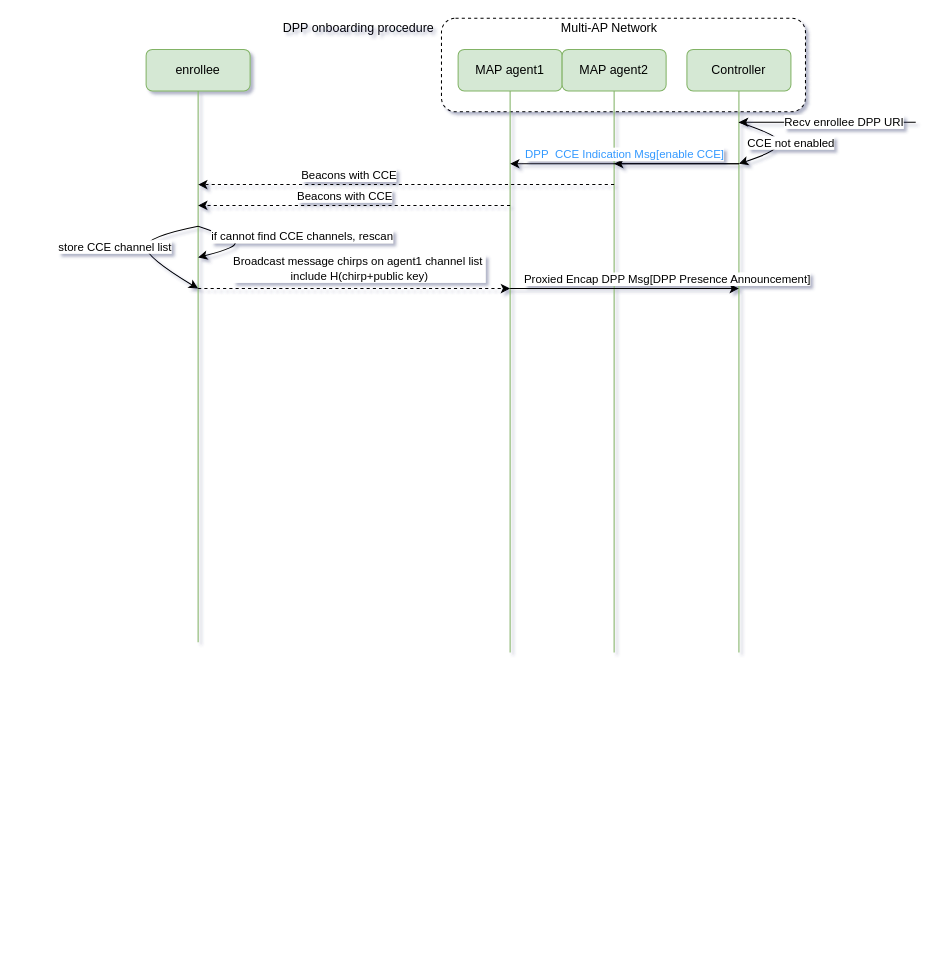
This is Untitled Diagram.drawio from bevisxia/java-learning, a draw.io file, before an edit. Source tidied: cells renumbered, new cells numbered last; positions are measured from the earlier drawing's top-left corner, leaving out a move shared by most shapes. Both pictures are drawn from the tidied source at 104%, with x=0, y=0 at pixel (146, 18).
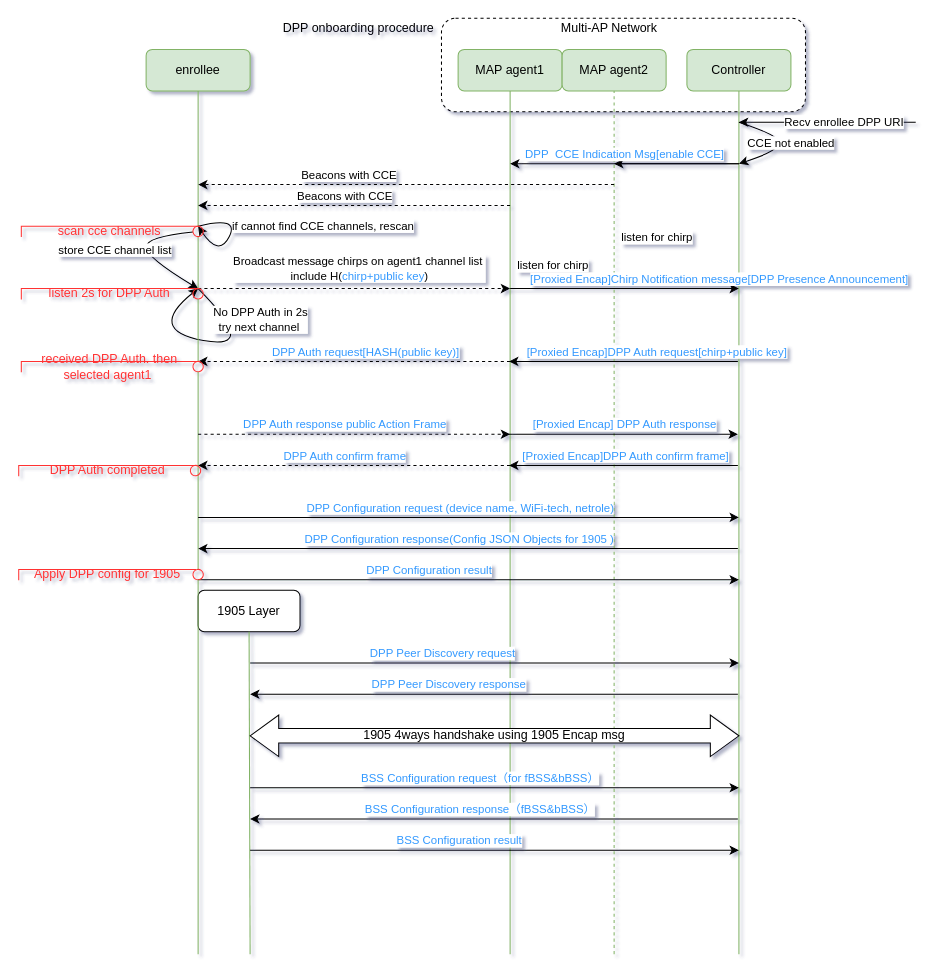
After the change.

Unchanged cells that the change refers to:
```xml
<mxCell id="3" value="MAP agent1" style="rounded=1;whiteSpace=wrap;html=1;fillColor=#d5e8d4;strokeColor=#82b366;" parent="1" vertex="1">
  <mxGeometry x="300" y="30" width="100" height="40" as="geometry" />
</mxCell>
<mxCell id="5" value="Controller" style="rounded=1;whiteSpace=wrap;html=1;fillColor=#d5e8d4;strokeColor=#82b366;" parent="1" vertex="1">
  <mxGeometry x="520" y="30" width="100" height="40" as="geometry" />
</mxCell>
<mxCell id="7" value="enrollee" style="rounded=1;whiteSpace=wrap;html=1;fillColor=#d5e8d4;strokeColor=#82b366;" parent="1" vertex="1">
  <mxGeometry y="30" width="100" height="40" as="geometry" />
</mxCell>
<mxCell id="12" value="MAP agent2" style="rounded=1;whiteSpace=wrap;html=1;fillColor=#d5e8d4;strokeColor=#82b366;" parent="1" vertex="1">
  <mxGeometry x="400" y="30" width="100" height="40" as="geometry" />
</mxCell>
<mxCell id="25" style="endArrow=classic;html=1;rounded=0;dashed=1;fontColor=#3399FF;" parent="1" edge="1">
  <mxGeometry relative="1" as="geometry">
    <mxPoint x="50" y="260" as="sourcePoint" />
    <mxPoint x="350" y="260" as="targetPoint" />
  </mxGeometry>
</mxCell>
<mxCell id="27" style="endArrow=classic;html=1;rounded=0;fontColor=#000000;" parent="1" edge="1">
  <mxGeometry relative="1" as="geometry">
    <mxPoint x="350" y="260" as="sourcePoint" />
    <mxPoint x="570" y="260" as="targetPoint" />
  </mxGeometry>
</mxCell>
```

Change to the diagram source:
```diff
@@
     <mxCell id="4" style="endArrow=none;html=1;rounded=0;entryX=0.5;entryY=1;entryDx=0;entryDy=0;fillColor=#d5e8d4;strokeColor=#82b366;" parent="1" edge="1" target="3">
       <mxGeometry relative="1" as="geometry">
-        <mxPoint x="350" y="610" as="sourcePoint" />
+        <mxPoint x="350" y="900" as="sourcePoint" />
       </mxGeometry>
     </mxCell>
+    <mxCell id="29" value="&lt;font color=&quot;#000000&quot;&gt;listen for chirp&lt;/font&gt;" style="edgeLabel;html=1;align=center;verticalAlign=middle;fontColor=#3399FF;" parent="4" vertex="1">
+      <mxGeometry x="0.44" y="-1" relative="1" as="geometry">
+        <mxPoint x="39" y="-65" as="offset" />
+      </mxGeometry>
+    </mxCell>
@@
     <mxCell id="6" style="endArrow=none;html=1;rounded=0;entryX=0.5;entryY=1;entryDx=0;entryDy=0;fillColor=#d5e8d4;strokeColor=#82b366;" parent="1" edge="1" target="5">
       <mxGeometry relative="1" as="geometry">
-        <mxPoint x="570" y="610" as="sourcePoint" />
+        <mxPoint x="570" y="900" as="sourcePoint" />
       </mxGeometry>
     </mxCell>
@@
-    <mxCell id="8" style="endArrow=none;html=1;rounded=0;entryX=0.5;entryY=1;entryDx=0;entryDy=0;fillColor=#d5e8d4;strokeColor=#82b366;" parent="1" edge="1" target="7">
-      <mxGeometry relative="1" as="geometry">
-        <mxPoint x="50" y="600" as="sourcePoint" />
-      </mxGeometry>
+    <mxCell id="8" style="endArrow=none;html=1;rounded=0;entryX=0.5;entryY=1;entryDx=0;entryDy=0;fillColor=#d5e8d4;strokeColor=#82b366;startArrow=none;" parent="1" edge="1" source="37" target="7">
+      <mxGeometry relative="1" as="geometry" />
     </mxCell>
@@
-    <mxCell id="13" style="endArrow=none;html=1;rounded=0;entryX=0.5;entryY=1;entryDx=0;entryDy=0;fillColor=#d5e8d4;strokeColor=#82b366;" parent="1" edge="1" target="12">
+    <mxCell id="13" style="endArrow=none;html=1;rounded=0;entryX=0.5;entryY=1;entryDx=0;entryDy=0;fillColor=#d5e8d4;strokeColor=#82b366;dashed=1;" parent="1" edge="1" target="12">
       <mxGeometry relative="1" as="geometry">
-        <mxPoint x="450" y="610" as="sourcePoint" />
+        <mxPoint x="450" y="900" as="sourcePoint" />
       </mxGeometry>
     </mxCell>
@@
     <mxCell id="23" value="if cannot find CCE channels, rescan" style="curved=1;endArrow=classic;html=1;rounded=0;" parent="1" edge="1">
-      <mxGeometry x="0.05" y="61" relative="1" as="geometry">
+      <mxGeometry x="-0.32" y="81" relative="1" as="geometry">
         <mxPoint x="50" y="200" as="sourcePoint" />
-        <mxPoint x="50" y="230" as="targetPoint" />
+        <mxPoint x="50" y="200" as="targetPoint" />
         <Array as="points">
-          <mxPoint x="80" y="210" />
-          <mxPoint x="90" y="220" />
+          <mxPoint x="90" y="190" />
+          <mxPoint x="70" y="230" />
         </Array>
-        <mxPoint x="45" y="-69" as="offset" />
+        <mxPoint x="7" y="-26" as="offset" />
       </mxGeometry>
     </mxCell>
-    <mxCell id="24" value="store CCE channel list" style="curved=1;endArrow=classic;html=1;rounded=0;" parent="1" edge="1">
+    <mxCell id="24" value="store CCE channel list" style="curved=1;endArrow=classic;html=1;rounded=0;startArrow=none;" parent="1" edge="1" source="37">
       <mxGeometry x="-0.06" y="-30" relative="1" as="geometry">
-        <mxPoint x="50" y="200" as="sourcePoint" />
         <mxPoint x="50" y="260" as="targetPoint" />
         <Array as="points">
           <mxPoint y="210" />
           <mxPoint y="230" />
         </Array>
       </mxGeometry>
     </mxCell>
@@
-    <mxCell id="26" value="&lt;font color=&quot;#000000&quot;&gt;Broadcast message chirps on agent1 channel list&amp;nbsp;&lt;br&gt;include H(chirp+public key)&lt;/font&gt;" style="edgeLabel;html=1;align=center;verticalAlign=middle;fontColor=#3399FF;" parent="25" vertex="1">
+    <mxCell id="26" value="&lt;font color=&quot;#000000&quot;&gt;Broadcast message chirps on agent1 channel list&amp;nbsp;&lt;br&gt;include H(&lt;/font&gt;chirp+public key&lt;font color=&quot;#000000&quot;&gt;)&lt;/font&gt;" style="edgeLabel;html=1;align=center;verticalAlign=middle;fontColor=#3399FF;" parent="25" vertex="1">
       <mxGeometry x="-0.12" y="-1" relative="1" as="geometry">
         <mxPoint x="22" y="-21" as="offset" />
       </mxGeometry>
     </mxCell>
@@
-    <mxCell id="28" value="Proxied Encap DPP Msg[DPP Presence Announcement]" style="edgeLabel;html=1;align=center;verticalAlign=middle;fontColor=#000000;" parent="27" vertex="1">
+    <mxCell id="28" value="&lt;font color=&quot;#3399ff&quot;&gt;[Proxied Encap]Chirp Notification message[DPP Presence Announcement]&lt;/font&gt;" style="edgeLabel;html=1;align=center;verticalAlign=middle;fontColor=#000000;" parent="27" vertex="1">
       <mxGeometry x="-0.26" y="4" relative="1" as="geometry">
-        <mxPoint x="69" y="-6" as="offset" />
+        <mxPoint x="119" y="-6" as="offset" />
       </mxGeometry>
     </mxCell>
+    <mxCell id="30" style="endArrow=classic;html=1;rounded=0;fontColor=#000000;" parent="1" edge="1">
+      <mxGeometry relative="1" as="geometry">
+        <mxPoint x="569" y="330" as="sourcePoint" />
+        <mxPoint x="349" y="330" as="targetPoint" />
+      </mxGeometry>
+    </mxCell>
+    <mxCell id="31" value="&lt;font color=&quot;#3399ff&quot;&gt;[Proxied Encap]DPP Auth request[chirp+public key]&lt;/font&gt;" style="edgeLabel;html=1;align=center;verticalAlign=middle;fontColor=#000000;" parent="30" vertex="1">
+      <mxGeometry x="-0.26" y="4" relative="1" as="geometry">
+        <mxPoint x="2" y="-14" as="offset" />
+      </mxGeometry>
+    </mxCell>
+    <mxCell id="32" value="&lt;font color=&quot;#000000&quot;&gt;listen for chirp&lt;/font&gt;" style="edgeLabel;html=1;align=center;verticalAlign=middle;fontColor=#3399FF;" parent="1" vertex="1">
+      <mxGeometry x="490" y="210" as="geometry" />
+    </mxCell>
+    <mxCell id="33" value="No DPP Auth in 2s&lt;br&gt;try next channel&amp;nbsp;" style="curved=1;endArrow=classic;html=1;rounded=0;" parent="1" edge="1">
+      <mxGeometry x="-0.51" y="21" relative="1" as="geometry">
+        <mxPoint x="50" y="260" as="sourcePoint" />
+        <mxPoint x="50" y="260" as="targetPoint" />
+        <Array as="points">
+          <mxPoint x="110" y="320" />
+          <mxPoint y="300" />
+        </Array>
+      </mxGeometry>
+    </mxCell>
+    <mxCell id="34" style="endArrow=classic;html=1;rounded=0;fontColor=#3399FF;dashed=1;" parent="1" edge="1">
+      <mxGeometry relative="1" as="geometry">
+        <mxPoint x="350" y="330" as="sourcePoint" />
+        <mxPoint x="50" y="330" as="targetPoint" />
+      </mxGeometry>
+    </mxCell>
+    <mxCell id="35" value="DPP Auth request[HASH(public key)]" style="edgeLabel;html=1;align=center;verticalAlign=middle;fontColor=#3399FF;" parent="34" vertex="1">
+      <mxGeometry x="-0.06" y="-3" relative="1" as="geometry">
+        <mxPoint x="1" y="-7" as="offset" />
+      </mxGeometry>
+    </mxCell>
+    <mxCell id="36" style="endArrow=none;html=1;rounded=0;entryX=0.5;entryY=1;entryDx=0;entryDy=0;fillColor=#d5e8d4;strokeColor=#82b366;startArrow=none;" parent="1" edge="1" source="39" target="37">
+      <mxGeometry relative="1" as="geometry" />
+    </mxCell>
+    <mxCell id="37" style="verticalLabelPosition=bottom;verticalAlign=top;html=1;shape=mxgraph.basic.arc;startAngle=0.10099221505554298;endAngle=0.1;fontColor=#000000;strokeColor=#FF3333;" parent="1" vertex="1">
+      <mxGeometry x="45" y="200" width="10" height="10" as="geometry" />
+    </mxCell>
+    <mxCell id="38" style="curved=1;endArrow=none;html=1;rounded=0;" parent="1" edge="1" target="37">
+      <mxGeometry x="-0.06" y="-30" relative="1" as="geometry">
+        <mxPoint x="50" y="200" as="sourcePoint" />
+      </mxGeometry>
+    </mxCell>
+    <mxCell id="39" style="verticalLabelPosition=bottom;verticalAlign=top;html=1;shape=mxgraph.basic.arc;startAngle=0.10099221505554298;endAngle=0.1;fontColor=#000000;strokeColor=#FF3333;" parent="1" vertex="1">
+      <mxGeometry x="45" y="260" width="10" height="10" as="geometry" />
+    </mxCell>
+    <mxCell id="40" style="endArrow=none;html=1;rounded=0;entryX=0.5;entryY=1;entryDx=0;entryDy=0;fillColor=#d5e8d4;strokeColor=#82b366;startArrow=none;" parent="1" edge="1" source="44" target="39">
+      <mxGeometry relative="1" as="geometry" />
+    </mxCell>
+    <mxCell id="41" value="scan cce channels" style="shape=partialRectangle;whiteSpace=wrap;html=1;bottom=0;right=0;fillColor=none;fontColor=#FF3333;strokeColor=#FF3333;" parent="1" vertex="1">
+      <mxGeometry x="-120" y="200" width="170" height="10" as="geometry" />
+    </mxCell>
+    <mxCell id="42" value="listen 2s for DPP Auth" style="shape=partialRectangle;whiteSpace=wrap;html=1;bottom=0;right=0;fillColor=none;fontColor=#FF3333;strokeColor=#FF3333;" parent="1" vertex="1">
+      <mxGeometry x="-120" y="260" width="170" height="10" as="geometry" />
+    </mxCell>
+    <mxCell id="43" value="received DPP Auth. then selected agent1&amp;nbsp;" style="shape=partialRectangle;whiteSpace=wrap;html=1;bottom=0;right=0;fillColor=none;fontColor=#FF3333;strokeColor=#FF3333;" parent="1" vertex="1">
+      <mxGeometry x="-120" y="330" width="170" height="10" as="geometry" />
+    </mxCell>
+    <mxCell id="44" style="verticalLabelPosition=bottom;verticalAlign=top;html=1;shape=mxgraph.basic.arc;startAngle=0.10099221505554298;endAngle=0.1;fontColor=#000000;strokeColor=#FF3333;" parent="1" vertex="1">
+      <mxGeometry x="45" y="330" width="10" height="10" as="geometry" />
+    </mxCell>
+    <mxCell id="45" style="endArrow=none;html=1;rounded=0;entryX=0.5;entryY=1;entryDx=0;entryDy=0;fillColor=#d5e8d4;strokeColor=#82b366;startArrow=none;" parent="1" edge="1" source="65" target="44">
+      <mxGeometry relative="1" as="geometry" />
+    </mxCell>
+    <mxCell id="46" style="endArrow=classic;html=1;rounded=0;dashed=1;fontColor=#3399FF;" parent="1" edge="1">
+      <mxGeometry relative="1" as="geometry">
+        <mxPoint x="50" y="400" as="sourcePoint" />
+        <mxPoint x="350" y="400" as="targetPoint" />
+      </mxGeometry>
+    </mxCell>
+    <mxCell id="47" value="DPP Auth response public Action Frame" style="edgeLabel;html=1;align=center;verticalAlign=middle;fontColor=#3399FF;" parent="46" vertex="1">
+      <mxGeometry x="-0.12" y="-1" relative="1" as="geometry">
+        <mxPoint x="8" y="-11" as="offset" />
+      </mxGeometry>
+    </mxCell>
+    <mxCell id="48" style="endArrow=classic;html=1;rounded=0;fontColor=#000000;" parent="1" edge="1">
+      <mxGeometry relative="1" as="geometry">
+        <mxPoint x="349" y="400" as="sourcePoint" />
+        <mxPoint x="569" y="400" as="targetPoint" />
+      </mxGeometry>
+    </mxCell>
+    <mxCell id="49" value="&lt;font color=&quot;#3399ff&quot;&gt;[Proxied Encap] DPP Auth response&lt;/font&gt;" style="edgeLabel;html=1;align=center;verticalAlign=middle;fontColor=#000000;" parent="48" vertex="1">
+      <mxGeometry x="-0.26" y="4" relative="1" as="geometry">
+        <mxPoint x="29" y="-6" as="offset" />
+      </mxGeometry>
+    </mxCell>
+    <mxCell id="50" style="endArrow=classic;html=1;rounded=0;fontColor=#000000;" parent="1" edge="1">
+      <mxGeometry relative="1" as="geometry">
+        <mxPoint x="569" y="430" as="sourcePoint" />
+        <mxPoint x="349" y="430" as="targetPoint" />
+      </mxGeometry>
+    </mxCell>
+    <mxCell id="51" value="&lt;font color=&quot;#3399ff&quot;&gt;[Proxied Encap]DPP Auth confirm frame]&lt;/font&gt;" style="edgeLabel;html=1;align=center;verticalAlign=middle;fontColor=#000000;" parent="50" vertex="1">
+      <mxGeometry x="-0.26" y="4" relative="1" as="geometry">
+        <mxPoint x="-28" y="-14" as="offset" />
+      </mxGeometry>
+    </mxCell>
+    <mxCell id="52" style="endArrow=classic;html=1;rounded=0;fontColor=#3399FF;dashed=1;" parent="1" edge="1">
+      <mxGeometry relative="1" as="geometry">
+        <mxPoint x="350" y="430" as="sourcePoint" />
+        <mxPoint x="50" y="430" as="targetPoint" />
+      </mxGeometry>
+    </mxCell>
+    <mxCell id="53" value="DPP Auth confirm frame" style="edgeLabel;html=1;align=center;verticalAlign=middle;fontColor=#3399FF;" parent="52" vertex="1">
+      <mxGeometry x="0.28" y="-2" relative="1" as="geometry">
+        <mxPoint x="32" y="-8" as="offset" />
+      </mxGeometry>
+    </mxCell>
+    <mxCell id="54" value="DPP Auth completed" style="shape=partialRectangle;whiteSpace=wrap;html=1;bottom=0;right=0;fillColor=none;fontColor=#FF3333;strokeColor=#FF3333;" parent="1" vertex="1">
+      <mxGeometry x="-122.5" y="430" width="170" height="10" as="geometry" />
+    </mxCell>
+    <mxCell id="55" style="verticalLabelPosition=bottom;verticalAlign=top;html=1;shape=mxgraph.basic.arc;startAngle=0.10099221505554298;endAngle=0.1;fontColor=#000000;strokeColor=#FF3333;" parent="1" vertex="1">
+      <mxGeometry x="42.5" y="430" width="10" height="10" as="geometry" />
+    </mxCell>
+    <mxCell id="56" style="endArrow=classic;html=1;rounded=0;fontColor=#3399FF;" parent="1" edge="1">
+      <mxGeometry relative="1" as="geometry">
+        <mxPoint x="50" y="480" as="sourcePoint" />
+        <mxPoint x="570" y="480" as="targetPoint" />
+      </mxGeometry>
+    </mxCell>
+    <mxCell id="57" value="DPP Configuration request (device name, WiFi-tech, netrole)" style="edgeLabel;html=1;align=center;verticalAlign=middle;fontColor=#3399FF;" parent="56" vertex="1">
+      <mxGeometry x="-0.12" y="-1" relative="1" as="geometry">
+        <mxPoint x="22" y="-11" as="offset" />
+      </mxGeometry>
+    </mxCell>
+    <mxCell id="58" style="endArrow=classic;html=1;rounded=0;fontColor=#000000;" parent="1" edge="1">
+      <mxGeometry relative="1" as="geometry">
+        <mxPoint x="569" y="510" as="sourcePoint" />
+        <mxPoint x="50" y="510" as="targetPoint" />
+      </mxGeometry>
+    </mxCell>
+    <mxCell id="59" value="&lt;font color=&quot;#3399ff&quot;&gt;DPP Configuration response(Config JSON Objects for 1905 )&lt;/font&gt;" style="edgeLabel;html=1;align=center;verticalAlign=middle;fontColor=#000000;" parent="58" vertex="1">
+      <mxGeometry x="-0.26" y="4" relative="1" as="geometry">
+        <mxPoint x="-77" y="-14" as="offset" />
+      </mxGeometry>
+    </mxCell>
+    <mxCell id="60" value="Apply DPP config for 1905" style="shape=partialRectangle;whiteSpace=wrap;html=1;bottom=0;right=0;fillColor=none;fontColor=#FF3333;strokeColor=#FF3333;" parent="1" vertex="1">
+      <mxGeometry x="-122.5" y="530" width="170" height="10" as="geometry" />
+    </mxCell>
+    <mxCell id="61" style="endArrow=classic;html=1;rounded=0;fontColor=#3399FF;" parent="1" edge="1">
+      <mxGeometry relative="1" as="geometry">
+        <mxPoint x="50" y="540" as="sourcePoint" />
+        <mxPoint x="570" y="540" as="targetPoint" />
+      </mxGeometry>
+    </mxCell>
+    <mxCell id="62" value="DPP Configuration result" style="edgeLabel;html=1;align=center;verticalAlign=middle;fontColor=#3399FF;" parent="61" vertex="1">
+      <mxGeometry x="-0.12" y="-1" relative="1" as="geometry">
+        <mxPoint x="-8" y="-11" as="offset" />
+      </mxGeometry>
+    </mxCell>
+    <mxCell id="63" value="&lt;font color=&quot;#000000&quot;&gt;1905 Layer&lt;/font&gt;" style="rounded=1;whiteSpace=wrap;html=1;fontColor=#3399FF;strokeColor=#000000;" parent="1" vertex="1">
+      <mxGeometry x="50" y="550" width="98" height="40" as="geometry" />
+    </mxCell>
+    <mxCell id="64" style="endArrow=none;html=1;rounded=0;entryX=0.5;entryY=1;entryDx=0;entryDy=0;fillColor=#d5e8d4;strokeColor=#82b366;" parent="1" edge="1" target="63">
+      <mxGeometry relative="1" as="geometry">
+        <mxPoint x="100" y="900" as="sourcePoint" />
+      </mxGeometry>
+    </mxCell>
+    <mxCell id="65" style="verticalLabelPosition=bottom;verticalAlign=top;html=1;shape=mxgraph.basic.arc;startAngle=0.10099221505554298;endAngle=0.1;fontColor=#000000;strokeColor=#FF3333;" parent="1" vertex="1">
+      <mxGeometry x="45" y="530" width="10" height="10" as="geometry" />
+    </mxCell>
+    <mxCell id="66" style="endArrow=none;html=1;rounded=0;entryX=0.5;entryY=1;entryDx=0;entryDy=0;fillColor=#d5e8d4;strokeColor=#82b366;" parent="1" edge="1" target="65">
+      <mxGeometry relative="1" as="geometry">
+        <mxPoint x="50" y="900" as="sourcePoint" />
+      </mxGeometry>
+    </mxCell>
+    <mxCell id="67" style="endArrow=classic;html=1;rounded=0;fontColor=#000000;" parent="1" edge="1">
+      <mxGeometry relative="1" as="geometry">
+        <mxPoint x="100" y="620" as="sourcePoint" />
+        <mxPoint x="570" y="620" as="targetPoint" />
+      </mxGeometry>
+    </mxCell>
+    <mxCell id="68" value="&lt;font color=&quot;#3399ff&quot;&gt;DPP Peer Discovery request&lt;/font&gt;" style="edgeLabel;html=1;align=center;verticalAlign=middle;fontColor=#000000;" parent="67" vertex="1">
+      <mxGeometry x="-0.26" y="4" relative="1" as="geometry">
+        <mxPoint x="10" y="-6" as="offset" />
+      </mxGeometry>
+    </mxCell>
+    <mxCell id="69" style="endArrow=classic;html=1;rounded=0;fontColor=#000000;" parent="1" edge="1">
+      <mxGeometry relative="1" as="geometry">
+        <mxPoint x="569" y="650" as="sourcePoint" />
+        <mxPoint x="100" y="650" as="targetPoint" />
+      </mxGeometry>
+    </mxCell>
+    <mxCell id="70" value="&lt;font color=&quot;#3399ff&quot;&gt;DPP Peer Discovery response&lt;/font&gt;" style="edgeLabel;html=1;align=center;verticalAlign=middle;fontColor=#000000;" parent="69" vertex="1">
+      <mxGeometry x="-0.26" y="4" relative="1" as="geometry">
+        <mxPoint x="-105" y="-14" as="offset" />
+      </mxGeometry>
+    </mxCell>
+    <mxCell id="71" value="1905 4ways handshake using 1905 Encap msg" style="shape=doubleArrow;whiteSpace=wrap;html=1;fontColor=#000000;strokeColor=#000000;arrowWidth=0.35;arrowSize=0.05851063829787234;" parent="1" vertex="1">
+      <mxGeometry x="100" y="670" width="470" height="40" as="geometry" />
+    </mxCell>
+    <mxCell id="72" style="endArrow=classic;html=1;rounded=0;fontColor=#000000;" parent="1" edge="1">
+      <mxGeometry relative="1" as="geometry">
+        <mxPoint x="100" y="740" as="sourcePoint" />
+        <mxPoint x="570" y="740" as="targetPoint" />
+      </mxGeometry>
+    </mxCell>
+    <mxCell id="73" value="&lt;font color=&quot;#3399ff&quot;&gt;BSS Configuration request（for fBSS&amp;amp;bBSS）&lt;/font&gt;" style="edgeLabel;html=1;align=center;verticalAlign=middle;fontColor=#000000;" parent="72" vertex="1">
+      <mxGeometry x="-0.26" y="4" relative="1" as="geometry">
+        <mxPoint x="46" y="-6" as="offset" />
+      </mxGeometry>
+    </mxCell>
+    <mxCell id="74" style="endArrow=classic;html=1;rounded=0;fontColor=#000000;" parent="1" edge="1">
+      <mxGeometry relative="1" as="geometry">
+        <mxPoint x="569" y="770" as="sourcePoint" />
+        <mxPoint x="100" y="770" as="targetPoint" />
+      </mxGeometry>
+    </mxCell>
+    <mxCell id="75" value="&lt;font color=&quot;#3399ff&quot;&gt;BSS Configuration response（fBSS&amp;amp;bBSS）&lt;/font&gt;" style="edgeLabel;html=1;align=center;verticalAlign=middle;fontColor=#000000;" parent="74" vertex="1">
+      <mxGeometry x="-0.26" y="4" relative="1" as="geometry">
+        <mxPoint x="-75" y="-14" as="offset" />
+      </mxGeometry>
+    </mxCell>
+    <mxCell id="76" style="endArrow=classic;html=1;rounded=0;fontColor=#000000;" parent="1" edge="1">
+      <mxGeometry relative="1" as="geometry">
+        <mxPoint x="100" y="800" as="sourcePoint" />
+        <mxPoint x="570" y="800" as="targetPoint" />
+      </mxGeometry>
+    </mxCell>
+    <mxCell id="77" value="&lt;font color=&quot;#3399ff&quot;&gt;BSS Configuration result&lt;/font&gt;" style="edgeLabel;html=1;align=center;verticalAlign=middle;fontColor=#000000;" parent="76" vertex="1">
+      <mxGeometry x="-0.26" y="4" relative="1" as="geometry">
+        <mxPoint x="26" y="-6" as="offset" />
+      </mxGeometry>
+    </mxCell>
```
